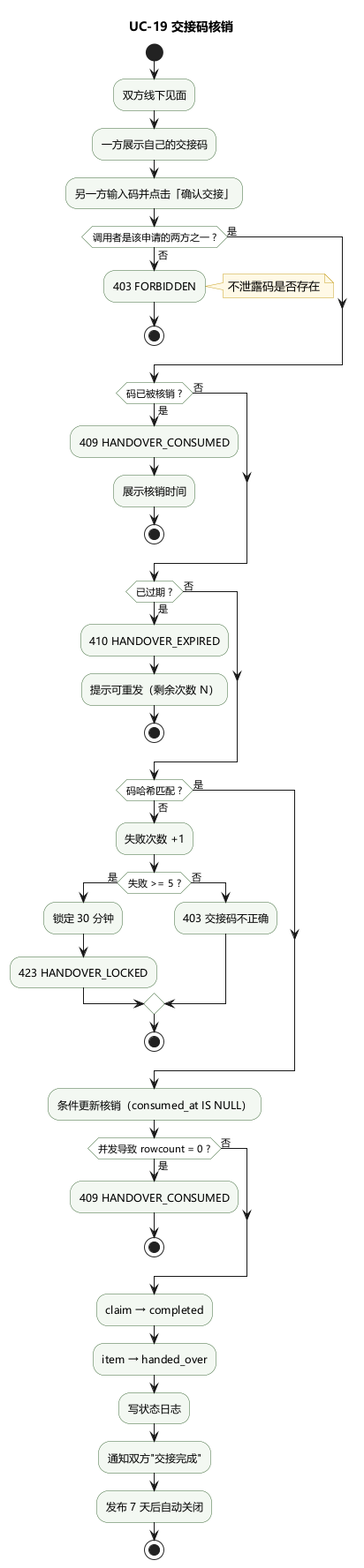
Before: docs/assets/act-uc19-handover.png, a diagram exported from PlantUML (phao90016-jpg/Tongji-campus-lost-found). Its diagram source:
```plantuml
@startuml act-uc19-handover
title UC-19 交接码核销

skinparam defaultFontName "Microsoft YaHei"
skinparam shadowing false
skinparam activity {
  BackgroundColor #F3F8F2
  BorderColor #3F6B3A
  DiamondBackgroundColor #FFFFFF
}
skinparam note {
  BackgroundColor #FFF9E6
  BorderColor #C9A227
}

start

:双方线下见面;
:一方展示自己的交接码;
:另一方输入码并点击「确认交接」;

if (调用者是该申请的两方之一 ?) then (否)
  :403 FORBIDDEN;
  note right : 不泄露码是否存在
  stop
else (是)
endif

if (码已被核销 ?) then (是)
  :409 HANDOVER_CONSUMED;
  :展示核销时间;
  stop
else (否)
endif

if (已过期 ?) then (是)
  :410 HANDOVER_EXPIRED;
  :提示可重发（剩余次数 N）;
  stop
else (否)
endif

if (码哈希匹配 ?) then (否)
  :失败次数 +1;
  if (失败 >= 5 ?) then (是)
    :锁定 30 分钟;
    :423 HANDOVER_LOCKED;
  else (否)
    :403 交接码不正确;
  endif
  stop
else (是)
endif

:条件更新核销（consumed_at IS NULL）;
if (并发导致 rowcount = 0 ?) then (是)
  :409 HANDOVER_CONSUMED;
  stop
else (否)
endif

:claim → completed;
:item → handed_over;
:写状态日志;
:通知双方"交接完成";
:发布 7 天后自动关闭;
stop

@enduml
```
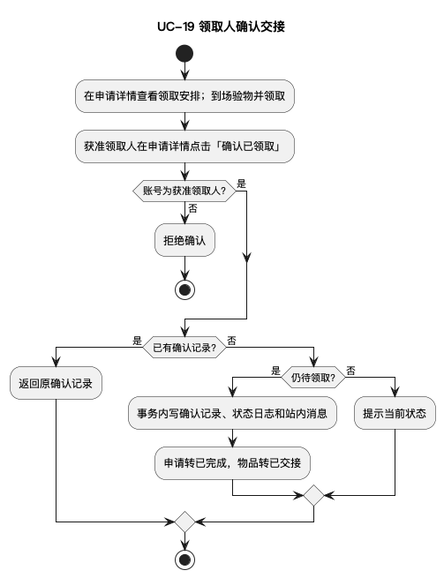
The same diagram one commit later.

Diff of the diagram source:
```diff
@@ -1,69 +1,27 @@
 @startuml act-uc19-handover
-title UC-19 交接码核销
+!pragma layout smetana
+title UC-19 领取人确认交接
 
-skinparam defaultFontName "Microsoft YaHei"
+skinparam defaultFontName "PingFang SC"
 skinparam shadowing false
-skinparam activity {
-  BackgroundColor #F3F8F2
-  BorderColor #3F6B3A
-  DiamondBackgroundColor #FFFFFF
-}
-skinparam note {
-  BackgroundColor #FFF9E6
-  BorderColor #C9A227
-}
 
 start
-
-:双方线下见面;
-:一方展示自己的交接码;
-:另一方输入码并点击「确认交接」;
-
-if (调用者是该申请的两方之一 ?) then (否)
-  :403 FORBIDDEN;
-  note right : 不泄露码是否存在
+:在申请详情查看领取安排；到场验物并领取;
+:获准领取人在申请详情点击「确认已领取」;
+if (账号为获准领取人?) then (是)
+else (否)
+  :拒绝确认;
   stop
-else (是)
 endif
-
-if (码已被核销 ?) then (是)
-  :409 HANDOVER_CONSUMED;
-  :展示核销时间;
-  stop
+if (已有确认记录?) then (是)
+  :返回原确认记录;
 else (否)
+  if (仍待领取?) then (是)
+    :事务内写确认记录、状态日志和站内消息;
+    :申请转已完成，物品转已交接;
+  else (否)
+    :提示当前状态;
+  endif
 endif
-
-if (已过期 ?) then (是)
-  :410 HANDOVER_EXPIRED;
-  :提示可重发（剩余次数 N）;
-  stop
-else (否)
-endif
-
-if (码哈希匹配 ?) then (否)
-  :失败次数 +1;
-  if (失败 >= 5 ?) then (是)
-    :锁定 30 分钟;
-    :423 HANDOVER_LOCKED;
-  else (否)
-    :403 交接码不正确;
-  endif
-  stop
-else (是)
-endif
-
-:条件更新核销（consumed_at IS NULL）;
-if (并发导致 rowcount = 0 ?) then (是)
-  :409 HANDOVER_CONSUMED;
-  stop
-else (否)
-endif
-
-:claim → completed;
-:item → handed_over;
-:写状态日志;
-:通知双方"交接完成";
-:发布 7 天后自动关闭;
 stop
-
 @enduml
```
